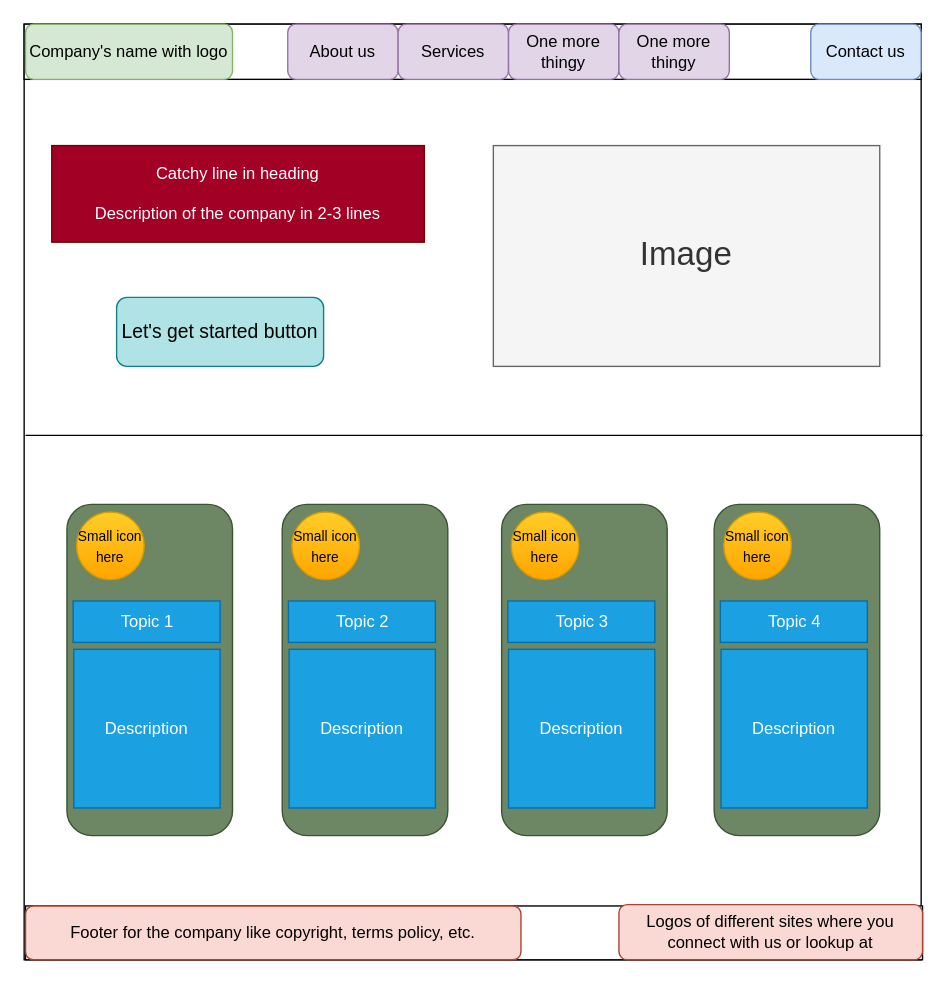
Above: website/layouts/Layout2.drawio in en-25/frontend (draw.io), before the change. Source tidied: cells renumbered, new cells numbered last; positions are measured from the earlier drawing's top-left corner, leaving out a move shared by most shapes. Both pictures are drawn from the tidied source at 138%, with x=0, y=0 at pixel (23, 23).
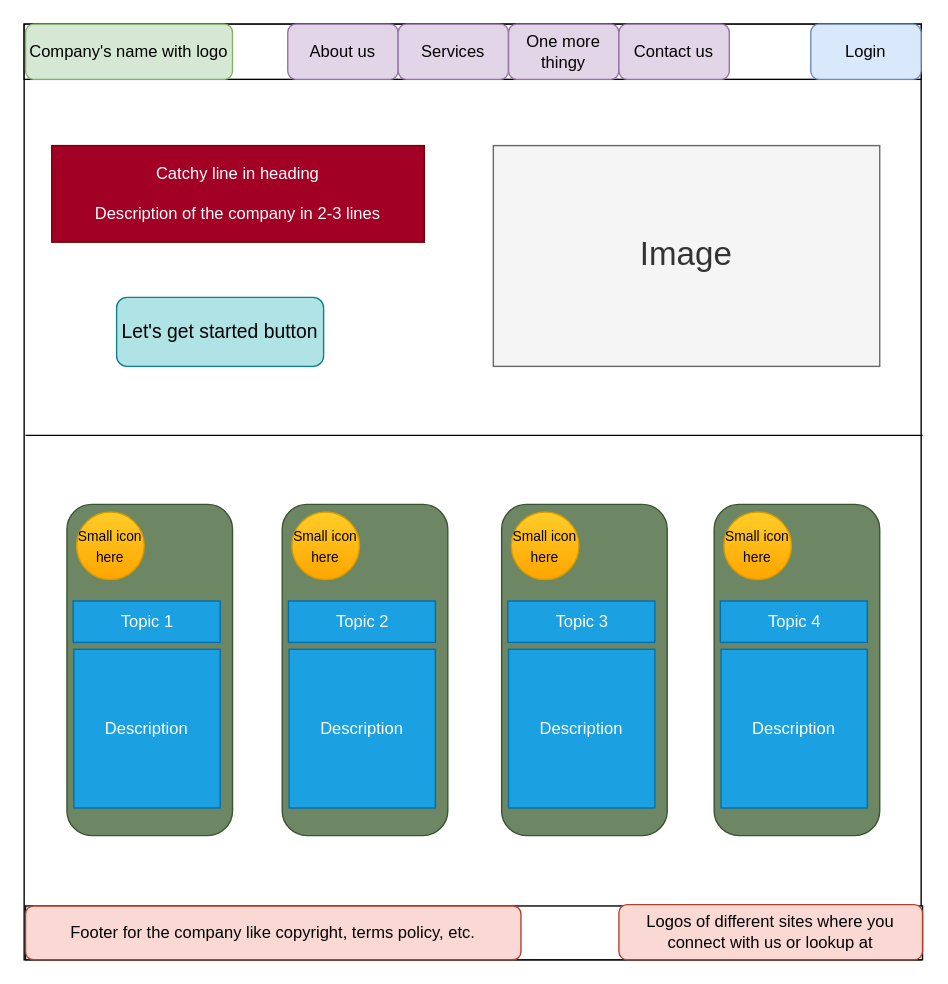
Above is the later version.

The edit, as a diff of the source:
```diff
@@
-    <mxCell id="4" value="Contact us" style="rounded=1;whiteSpace=wrap;html=1;fillColor=#dae8fc;strokeColor=#6c8ebf;" parent="1" vertex="1">
+    <mxCell id="4" value="Login" style="rounded=1;whiteSpace=wrap;html=1;fillColor=#dae8fc;strokeColor=#6c8ebf;" parent="1" vertex="1">
       <mxGeometry x="570" width="80" height="40" as="geometry" />
     </mxCell>
@@
-    <mxCell id="16" value="One more thingy" style="rounded=1;whiteSpace=wrap;html=1;fillColor=#e1d5e7;strokeColor=#9673a6;" parent="1" vertex="1">
+    <mxCell id="16" value="Contact us" style="rounded=1;whiteSpace=wrap;html=1;fillColor=#e1d5e7;strokeColor=#9673a6;" parent="1" vertex="1">
       <mxGeometry x="431" width="80" height="40" as="geometry" />
     </mxCell>
```
